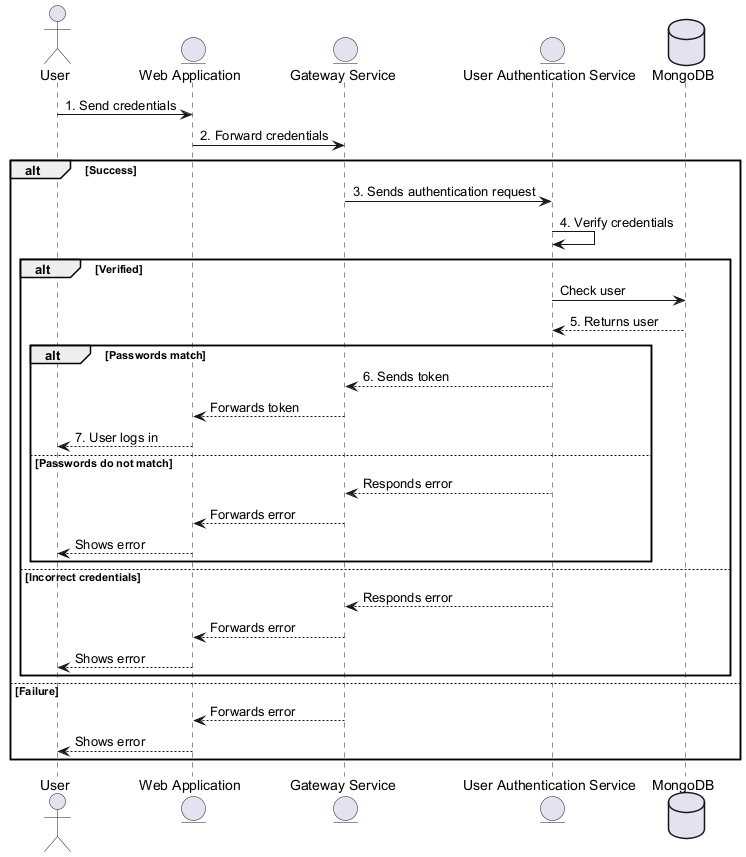
Above: images/Login diagram.png in Arquisoft/wichat_en2b (PlantUML), before the change.
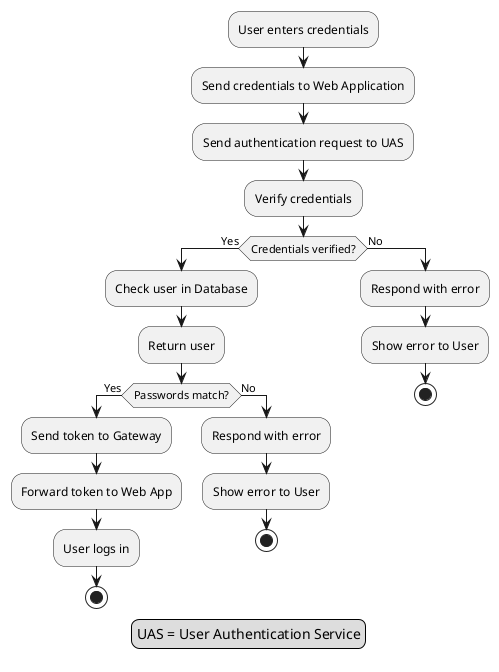
The same file after the commit.

The edit, as a diff of the source:
```diff
@@ -1,40 +1,30 @@
 @startuml
-actor User
-entity WA as "Web Application"
-entity GS as "Gateway Service"
-entity UAS as "User Authentication Service"
-database DB as "MongoDB"
+:User enters credentials;
+:Send credentials to Web Application;
+:Send authentication request to UAS;
+:Verify credentials;
 
-User -> WA : 1. Send credentials
-WA -> GS : 2. Forward credentials
+if (Credentials verified?) then (Yes)
+    :Check user in Database;
+    :Return user;
 
-alt Success
-    GS -> UAS : 3. Sends authentication request
-    UAS -> UAS : 4. Verify credentials
+    if (Passwords match?) then (Yes)
+        :Send token to Gateway;
+        :Forward token to Web App;
+        :User logs in;
+        stop
+    else (No)
+        :Respond with error;
+        :Show error to User;
+        stop
+    endif
+else (No)
+    :Respond with error;
+    :Show error to User;
+    stop
+endif
 
-    alt Verified
-        UAS -> DB : Check user
-        UAS <-- DB : 5. Returns user
-
-        alt Passwords match
-            GS <-- UAS : 6. Sends token
-            WA <-- GS : Forwards token
-            User <-- WA : 7. User logs in
-
-        else Passwords do not match
-            GS <-- UAS : Responds error
-            WA <-- GS : Forwards error
-            User <-- WA : Shows error
-        end
-
-    else Incorrect credentials
-        GS <-- UAS : Responds error
-        WA <-- GS : Forwards error
-        User <-- WA : Shows error
-    end
-else Failure
-    WA <-- GS : Forwards error
-    User <-- WA : Shows error
-
-end
+legend
+UAS = User Authentication Service
+end legend
 @enduml
```
